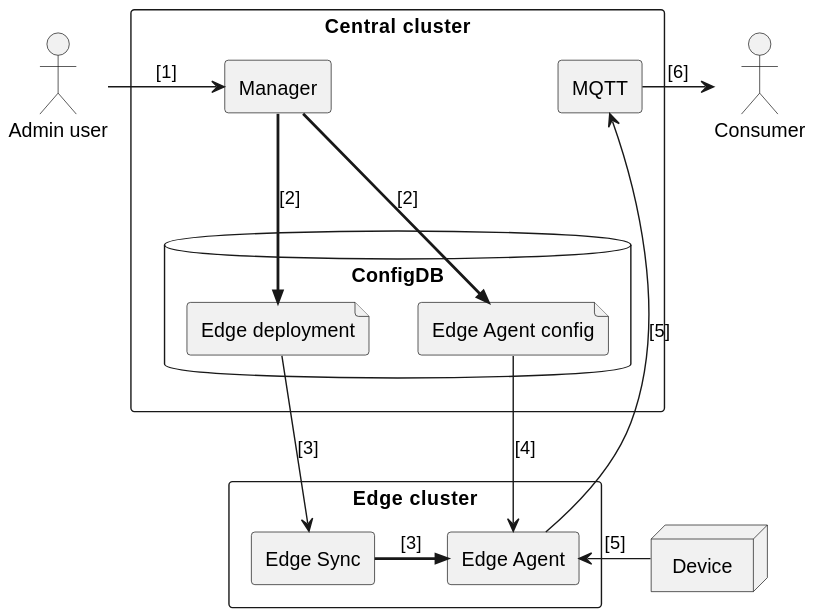
This is docs/dyn-deploy/v3-deploy.svg from AMRC-FactoryPlus/amrc-connectivity-stack, a PlantUML export, as it was before one commit.
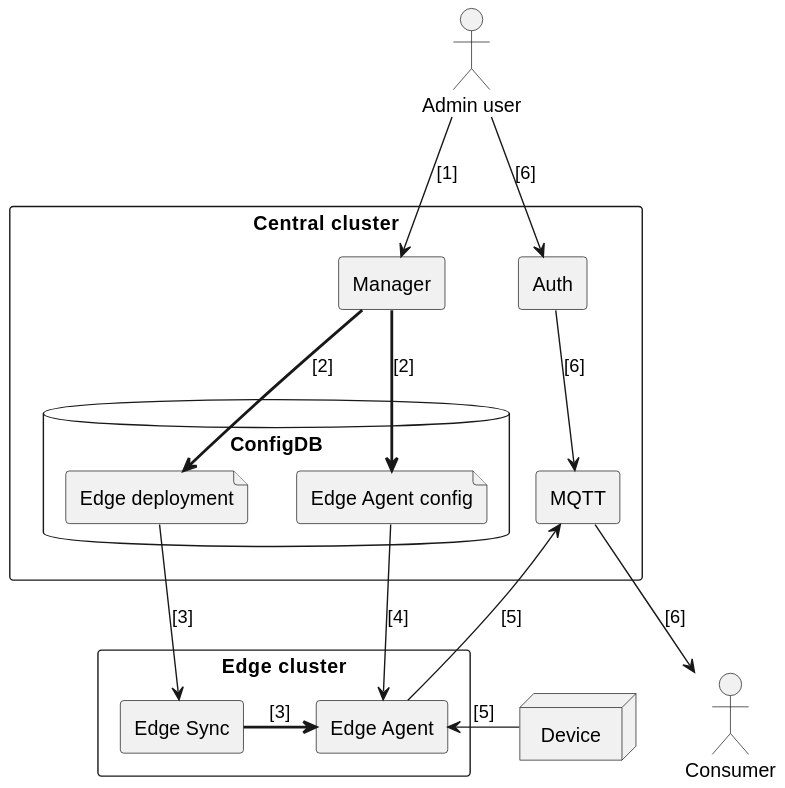
The same diagram one commit later.

Commit message:
Rebuild SVGs

Change to the diagram source:
```diff
@@ -6,6 +6,7 @@
 rectangle "Central cluster" {
     agent "Manager" as manager
     agent "MQTT" as mqtt
+    agent "Auth" as auth
 
     database "ConfigDB" as configdb {
         file "Edge deployment" as deployment
@@ -19,14 +20,17 @@
 }
 
 admin -> manager        : [1]
-manager ==>> deployment : [2]
-manager ==>> config     : [2]
+manager ==> deployment  : [2]
+manager ==> config      : [2]
 
 deployment --> sync     : [3]
-sync =>> agent          : [3]
+sync => agent           : [3]
 config --> agent        : [4]
 
 device -> agent         : [5]
 agent -> mqtt           : [5]
-mqtt -> consumer        : [6]
+
+admin --> auth          : [6]
+auth --> mqtt           : [6]
+mqtt --> consumer     : [6]
 @enduml
```
